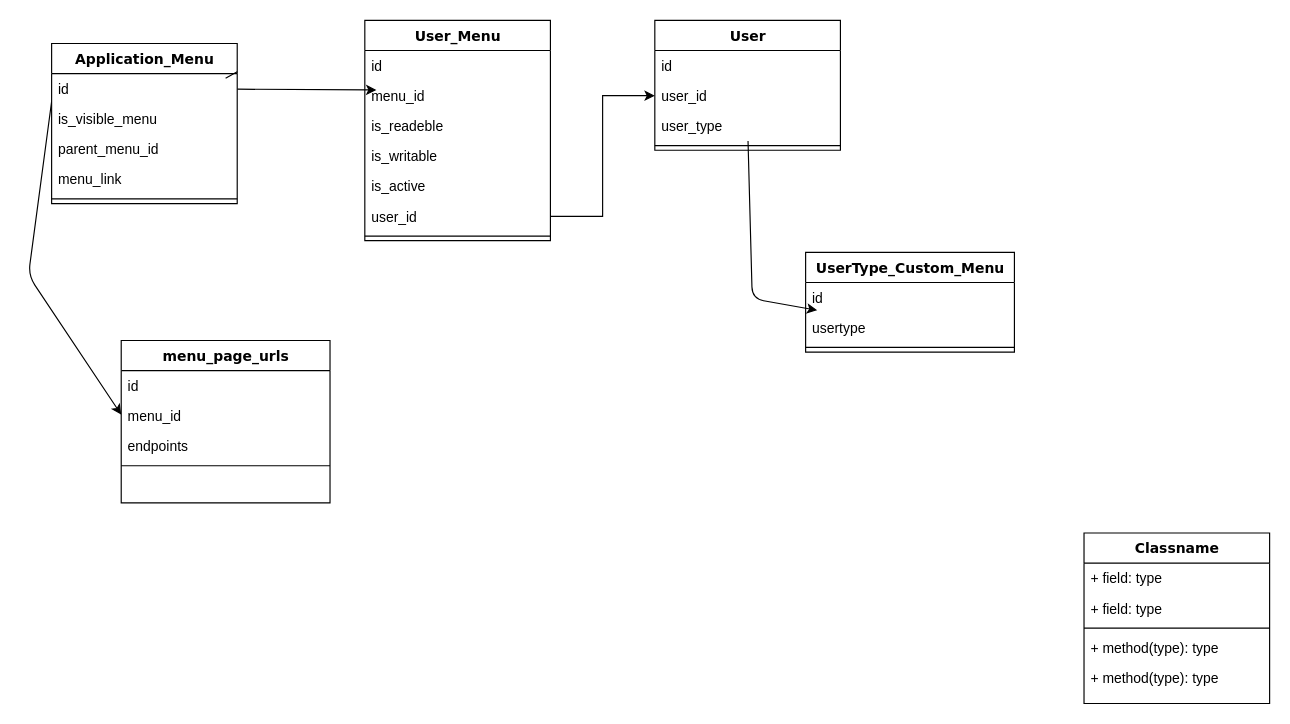
This is Untitled Diagram.drawio from atomalak/A6, a draw.io file, before an edit. Source tidied: cells renumbered, new cells numbered last; positions are measured from the earlier drawing's top-left corner, leaving out a move shared by most shapes. Both pictures are drawn from the tidied source at 116%, with x=0, y=0 at pixel (28, 20).
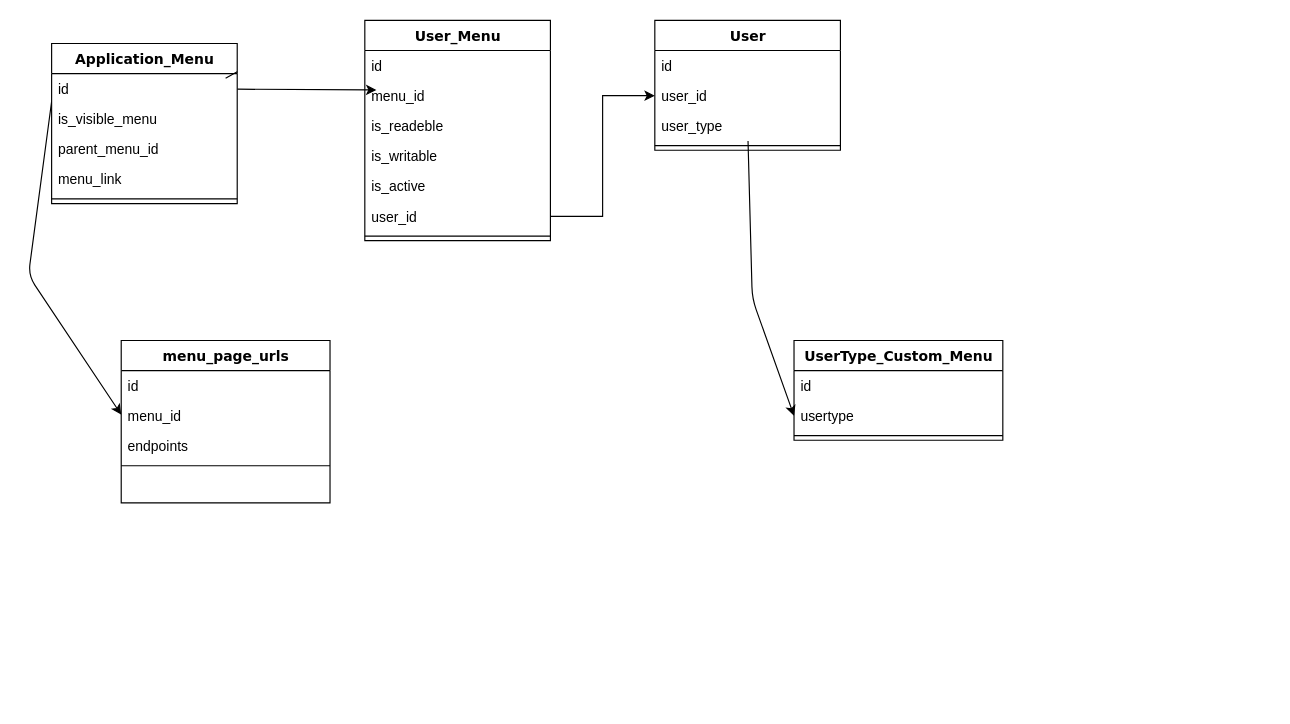
The same page after the edit.

Unchanged cells that the change refers to:
```xml
<mxCell id="13" value="user_type" style="text;html=1;strokeColor=none;fillColor=none;align=left;verticalAlign=top;spacingLeft=4;spacingRight=4;whiteSpace=wrap;overflow=hidden;points=[[0,0.5],[1,0.5]];portConstraint=eastwest;" parent="10" vertex="1">
  <mxGeometry y="78" width="160" height="26" as="geometry" />
</mxCell>
<mxCell id="17" value="usertype" style="text;html=1;strokeColor=none;fillColor=none;align=left;verticalAlign=top;spacingLeft=4;spacingRight=4;whiteSpace=wrap;overflow=hidden;points=[[0,0.5],[1,0.5]];portConstraint=eastwest;" parent="15" vertex="1">
  <mxGeometry y="52" width="180" height="26" as="geometry" />
</mxCell>
```

Change to the diagram source:
```diff
@@
     <mxCell id="15" value="UserType_Custom_Menu" style="swimlane;html=1;fontStyle=1;align=center;verticalAlign=top;horizontal=1;startSize=26;swimlaneFillColor=#ffffff;rounded=0;shadow=0;comic=0;labelBackgroundColor=none;strokeWidth=1;fillColor=none;fontFamily=Verdana;fontSize=12;" parent="1" vertex="1">
-      <mxGeometry x="670" y="200" width="180" height="86" as="geometry" />
+      <mxGeometry x="660" y="276" width="180" height="86" as="geometry" />
     </mxCell>
@@
-    <mxCell id="19" value="Classname" style="swimlane;html=1;fontStyle=1;align=center;verticalAlign=top;horizontal=1;startSize=26;swimlaneFillColor=#ffffff;rounded=0;shadow=0;comic=0;labelBackgroundColor=none;strokeWidth=1;fillColor=none;fontFamily=Verdana;fontSize=12;" parent="1" vertex="1">
-      <mxGeometry x="910" y="442" width="160" height="147" as="geometry" />
-    </mxCell>
-    <mxCell id="20" value="+ field: type" style="text;html=1;strokeColor=none;fillColor=none;align=left;verticalAlign=top;spacingLeft=4;spacingRight=4;whiteSpace=wrap;overflow=hidden;" parent="19" vertex="1">
-      <mxGeometry y="26" width="160" height="26" as="geometry" />
-    </mxCell>
-    <mxCell id="21" value="+ field: type" style="text;html=1;strokeColor=none;fillColor=none;align=left;verticalAlign=top;spacingLeft=4;spacingRight=4;whiteSpace=wrap;overflow=hidden;" parent="19" vertex="1">
-      <mxGeometry y="52" width="160" height="26" as="geometry" />
-    </mxCell>
-    <mxCell id="22" style="line;html=1;strokeWidth=1;fillColor=none;align=left;verticalAlign=middle;spacingTop=-1;spacingLeft=3;spacingRight=3;labelPosition=right;" parent="19" vertex="1">
-      <mxGeometry y="78" width="160" height="8" as="geometry" />
-    </mxCell>
-    <mxCell id="23" value="+ method(type): type" style="text;html=1;strokeColor=none;fillColor=none;align=left;verticalAlign=top;spacingLeft=4;spacingRight=4;whiteSpace=wrap;overflow=hidden;" parent="19" vertex="1">
-      <mxGeometry y="86" width="160" height="26" as="geometry" />
-    </mxCell>
-    <mxCell id="24" value="+ method(type): type" style="text;html=1;strokeColor=none;fillColor=none;align=left;verticalAlign=top;spacingLeft=4;spacingRight=4;whiteSpace=wrap;overflow=hidden;" parent="19" vertex="1">
-      <mxGeometry y="112" width="160" height="26" as="geometry" />
-    </mxCell>
@@
-    <mxCell id="27" style="endArrow=classic;html=1;" parent="1" edge="1" source="13">
+    <mxCell id="27" style="endArrow=classic;html=1;entryX=0;entryY=0.5;entryDx=0;entryDy=0;" parent="1" edge="1" source="13" target="17">
       <mxGeometry relative="1" as="geometry">
-        <mxPoint x="680" y="250" as="targetPoint" />
         <Array as="points">
           <mxPoint x="624" y="240" />
         </Array>
       </mxGeometry>
     </mxCell>
```
